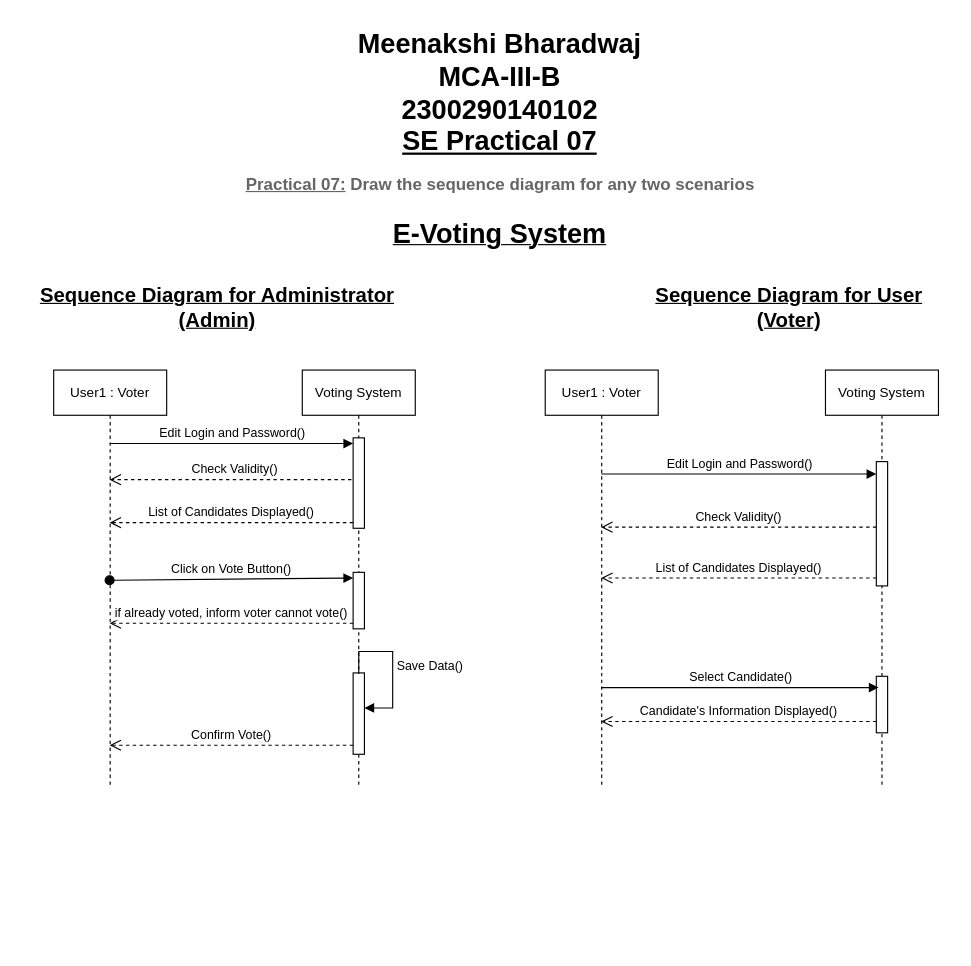
Earlier version of the draw.io diagram SE new1.drawio (mbtions/drawioDiagrams). Source tidied: cells renumbered, new cells numbered last; positions are measured from the earlier drawing's top-left corner, leaving out a move shared by most shapes. Both pictures are drawn from the tidied source at 113%, with x=0, y=0 at pixel (19, 19).
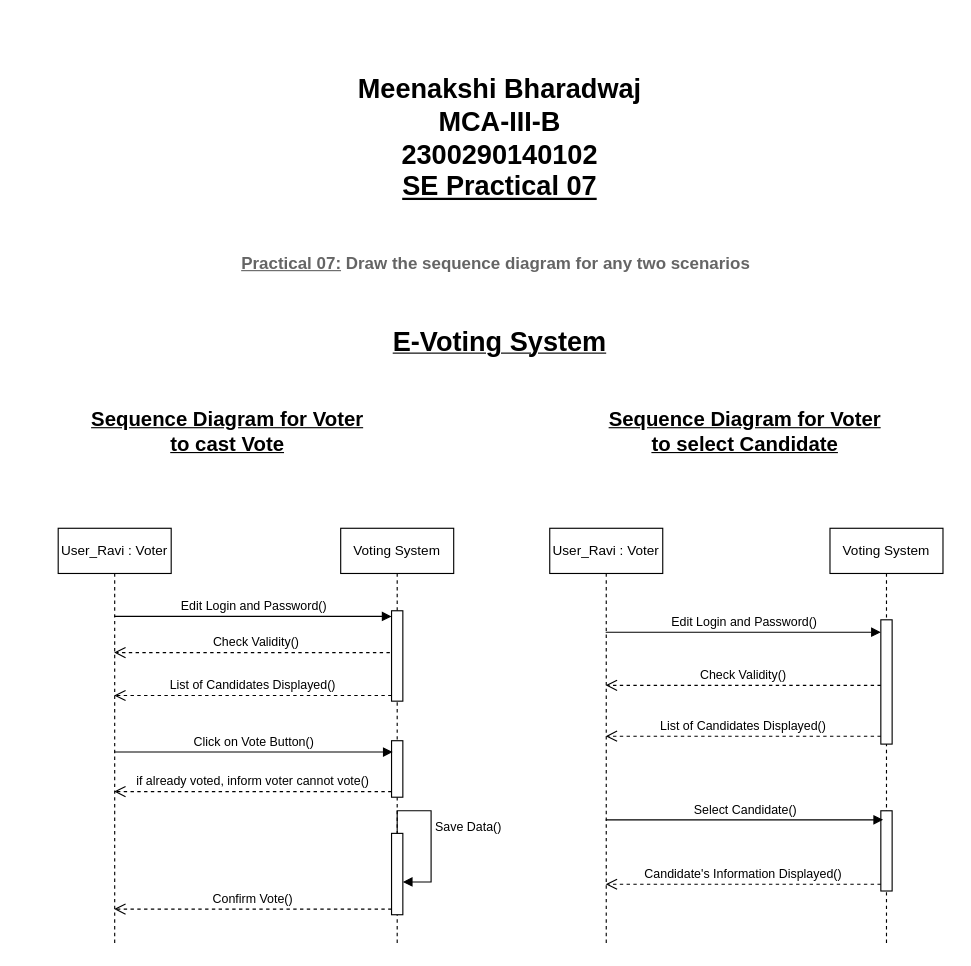
Above is the later version.

The edit, as a diff of the source:
```diff
@@
     <mxCell id="2" value="&lt;b&gt;&lt;u&gt;&lt;font style=&quot;font-size: 24px;&quot;&gt;E-Voting System&lt;/font&gt;&lt;/u&gt;&lt;/b&gt;" style="text;html=1;align=center;verticalAlign=middle;whiteSpace=wrap;rounded=0;" parent="1" vertex="1">
-      <mxGeometry x="285" y="164" width="280" height="51" as="geometry" />
+      <mxGeometry x="285" y="260" width="280" height="51" as="geometry" />
     </mxCell>
     <mxCell id="3" value="&lt;font style=&quot;font-size: 24px;&quot;&gt;&lt;b&gt;Meenakshi Bharadwaj&lt;/b&gt;&lt;/font&gt;&lt;div&gt;&lt;font style=&quot;font-size: 24px;&quot;&gt;&lt;b&gt;MCA-III-B&lt;/b&gt;&lt;/font&gt;&lt;/div&gt;&lt;div&gt;&lt;font style=&quot;font-size: 24px;&quot;&gt;&lt;b&gt;2300290140102&lt;/b&gt;&lt;/font&gt;&lt;/div&gt;&lt;div&gt;&lt;font style=&quot;font-size: 24px;&quot;&gt;&lt;b&gt;&lt;u&gt;SE Practical 07&lt;/u&gt;&lt;/b&gt;&lt;/font&gt;&lt;/div&gt;" style="text;html=1;align=center;verticalAlign=middle;whiteSpace=wrap;rounded=0;" parent="1" vertex="1">
-      <mxGeometry x="25" width="800" height="130" as="geometry" />
+      <mxGeometry x="25" y="40" width="800" height="130" as="geometry" />
     </mxCell>
     <mxCell id="4" value="&lt;span style=&quot;color: rgb(101, 101, 101); font-family: &amp;quot;Century Gothic&amp;quot;, Arial, Helvetica, sans-serif; font-size: 15px; font-style: normal; font-variant-ligatures: normal; font-variant-caps: normal; letter-spacing: normal; orphans: 2; text-indent: 0px; text-transform: none; widows: 2; word-spacing: 0px; -webkit-text-stroke-width: 0px; white-space: normal; background-color: rgb(255, 255, 255); text-decoration-thickness: initial; text-decoration-style: initial; text-decoration-color: initial; float: none; display: inline !important;&quot;&gt;&lt;u&gt;Practical 07:&lt;/u&gt; Draw the sequence diagram for any two scenarios&lt;/span&gt;" style="text;whiteSpace=wrap;html=1;align=center;fontStyle=1;" parent="1" vertex="1">
-      <mxGeometry x="138" y="130" width="575" height="40" as="geometry" />
+      <mxGeometry x="134" y="200" width="575" height="40" as="geometry" />
     </mxCell>
-    <mxCell id="5" value="&lt;font style=&quot;font-size: 18px;&quot;&gt;&lt;b&gt;&lt;u&gt;Sequence Diagram for Administrator&lt;/u&gt;&lt;/b&gt;&lt;/font&gt;&lt;div&gt;&lt;font style=&quot;font-size: 18px;&quot;&gt;&lt;b&gt;&lt;u&gt;(Admin)&lt;/u&gt;&lt;/b&gt;&lt;/font&gt;&lt;/div&gt;" style="text;html=1;align=center;verticalAlign=middle;whiteSpace=wrap;rounded=0;" parent="1" vertex="1">
-      <mxGeometry y="240" width="350" height="30" as="geometry" />
+    <mxCell id="5" value="&lt;font style=&quot;font-size: 18px;&quot;&gt;&lt;b&gt;&lt;u&gt;Sequence Diagram for Voter to cast Vote&lt;/u&gt;&lt;/b&gt;&lt;/font&gt;" style="text;html=1;align=center;verticalAlign=middle;whiteSpace=wrap;rounded=0;" parent="1" vertex="1">
+      <mxGeometry x="54" y="350" width="260" height="30" as="geometry" />
     </mxCell>
-    <mxCell id="6" value="&lt;font style=&quot;font-size: 18px;&quot;&gt;&lt;b&gt;&lt;u&gt;Sequence Diagram for User (Voter)&lt;/u&gt;&lt;/b&gt;&lt;/font&gt;" style="text;html=1;align=center;verticalAlign=middle;whiteSpace=wrap;rounded=0;" parent="1" vertex="1">
-      <mxGeometry x="549" y="240" width="264" height="30" as="geometry" />
+    <mxCell id="6" value="&lt;font style=&quot;font-size: 18px;&quot;&gt;&lt;b&gt;&lt;u&gt;Sequence Diagram for Voter to select Candidate&lt;/u&gt;&lt;/b&gt;&lt;/font&gt;" style="text;html=1;align=center;verticalAlign=middle;whiteSpace=wrap;rounded=0;" parent="1" vertex="1">
+      <mxGeometry x="510" y="350" width="264" height="30" as="geometry" />
     </mxCell>
-    <mxCell id="7" value="Edit Login and Password()" style="html=1;verticalAlign=bottom;endArrow=block;curved=0;rounded=0;entryX=0;entryY=0;entryDx=0;entryDy=5;" parent="1" edge="1" source="9" target="12">
-      <mxGeometry relative="1" as="geometry" />
+    <mxCell id="7" value="Edit Login and Password()" style="html=1;verticalAlign=bottom;endArrow=block;curved=0;rounded=0;entryX=0;entryY=0;entryDx=0;entryDy=5;" parent="1" edge="1" target="12">
+      <mxGeometry relative="1" as="geometry">
+        <mxPoint x="83.5" y="528" as="sourcePoint" />
+      </mxGeometry>
     </mxCell>
-    <mxCell id="8" value="Check Validity()" style="html=1;verticalAlign=bottom;endArrow=open;dashed=1;endSize=8;curved=0;rounded=0;" parent="1" edge="1" source="10">
+    <mxCell id="8" value="Check Validity()" style="html=1;verticalAlign=bottom;endArrow=open;dashed=1;endSize=8;curved=0;rounded=0;" parent="1" edge="1">
       <mxGeometry relative="1" as="geometry">
-        <mxPoint x="79.5" y="407" as="targetPoint" />
+        <mxPoint x="333.5" y="560" as="sourcePoint" />
+        <mxPoint x="83.5" y="560" as="targetPoint" />
         <Array as="points">
-          <mxPoint x="170" y="407" />
+          <mxPoint x="174" y="560" />
         </Array>
       </mxGeometry>
     </mxCell>
-    <mxCell id="9" value="User1 : Voter" style="shape=umlLifeline;perimeter=lifelinePerimeter;whiteSpace=wrap;html=1;outlineConnect=0;portConstraint=eastwest;newEdgeStyle={&quot;curved&quot;:0,&quot;rounded&quot;:0};" parent="1" vertex="1">
-      <mxGeometry x="30" y="310" width="100" height="370" as="geometry" />
+    <mxCell id="9" value="User_Ravi : Voter" style="shape=umlLifeline;perimeter=lifelinePerimeter;whiteSpace=wrap;html=1;outlineConnect=0;portConstraint=eastwest;newEdgeStyle={&quot;curved&quot;:0,&quot;rounded&quot;:0};" parent="1" vertex="1">
+      <mxGeometry x="34" y="450" width="100" height="370" as="geometry" />
     </mxCell>
     <mxCell id="10" value="Voting System" style="shape=umlLifeline;perimeter=lifelinePerimeter;whiteSpace=wrap;html=1;outlineConnect=0;portConstraint=eastwest;newEdgeStyle={&quot;curved&quot;:0,&quot;rounded&quot;:0};" parent="1" vertex="1">
-      <mxGeometry x="250" y="310" width="100" height="370" as="geometry" />
+      <mxGeometry x="284" y="450" width="100" height="370" as="geometry" />
     </mxCell>
     <mxCell id="11" style="html=1;points=[[0,0,0,0,5],[0,1,0,0,-5],[1,0,0,0,5],[1,1,0,0,-5]];perimeter=orthogonalPerimeter;outlineConnect=0;targetShapes=umlLifeline;portConstraint=eastwest;newEdgeStyle={&quot;curved&quot;:0,&quot;rounded&quot;:0};" parent="10" vertex="1">
-      <mxGeometry x="45" y="179" width="10" height="50" as="geometry" />
+      <mxGeometry x="45" y="188" width="10" height="50" as="geometry" />
     </mxCell>
     <mxCell id="12" style="html=1;points=[[0,0,0,0,5],[0,1,0,0,-5],[1,0,0,0,5],[1,1,0,0,-5]];perimeter=orthogonalPerimeter;outlineConnect=0;targetShapes=umlLifeline;portConstraint=eastwest;newEdgeStyle={&quot;curved&quot;:0,&quot;rounded&quot;:0};" parent="10" vertex="1">
-      <mxGeometry x="45" y="60" width="10" height="80" as="geometry" />
+      <mxGeometry x="45" y="73" width="10" height="80" as="geometry" />
     </mxCell>
-    <mxCell id="13" style="html=1;perimeter=orthogonalPerimeter;targetShapes=umlLifeline;newEdgeStyle={&quot;curved&quot;:0,&quot;rounded&quot;:0};" parent="10" vertex="1">
-      <mxGeometry x="45" y="268" width="10" height="72" as="geometry" />
-    </mxCell>
-    <mxCell id="14" value="Save Data()" style="html=1;align=left;spacingLeft=2;endArrow=block;rounded=0;edgeStyle=orthogonalEdgeStyle;curved=0;rounded=0;" parent="10" edge="1">
+    <mxCell id="14" value="Save Data()" style="html=1;align=left;spacingLeft=2;endArrow=block;rounded=0;edgeStyle=orthogonalEdgeStyle;curved=0;rounded=0;exitX=0;exitY=0;exitDx=0;exitDy=5;exitPerimeter=0;" parent="10" edge="1" source="28">
       <mxGeometry relative="1" as="geometry">
-        <mxPoint x="50" y="269" as="sourcePoint" />
-        <mxPoint x="55" y="299" as="targetPoint" />
+        <mxPoint x="55" y="313" as="targetPoint" />
         <Array as="points">
-          <mxPoint x="50" y="249" />
-          <mxPoint x="80" y="249" />
-          <mxPoint x="80" y="299" />
+          <mxPoint x="50" y="275" />
+          <mxPoint x="50" y="250" />
+          <mxPoint x="80" y="250" />
+          <mxPoint x="80" y="313" />
         </Array>
       </mxGeometry>
     </mxCell>
+    <mxCell id="28" style="html=1;points=[[0,0,0,0,5],[0,1,0,0,-5],[1,0,0,0,5],[1,1,0,0,-5]];perimeter=orthogonalPerimeter;outlineConnect=0;targetShapes=umlLifeline;portConstraint=eastwest;newEdgeStyle={&quot;curved&quot;:0,&quot;rounded&quot;:0};" parent="10" vertex="1">
+      <mxGeometry x="45" y="270" width="10" height="72" as="geometry" />
+    </mxCell>
     <mxCell id="15" value="Edit Login and Password()" style="html=1;verticalAlign=bottom;endArrow=block;curved=0;rounded=0;entryX=0;entryY=0;entryDx=0;entryDy=5;" parent="1" edge="1">
       <mxGeometry relative="1" as="geometry">
-        <mxPoint x="514.5" y="402" as="sourcePoint" />
-        <mxPoint x="758" y="402" as="targetPoint" />
+        <mxPoint x="518.5" y="542" as="sourcePoint" />
+        <mxPoint x="762" y="542" as="targetPoint" />
       </mxGeometry>
     </mxCell>
-    <mxCell id="16" value="User1 : Voter" style="shape=umlLifeline;perimeter=lifelinePerimeter;whiteSpace=wrap;html=1;newEdgeStyle={&quot;curved&quot;:0,&quot;rounded&quot;:0};" parent="1" vertex="1">
-      <mxGeometry x="465" y="310" width="100" height="370" as="geometry" />
+    <mxCell id="16" value="User_Ravi&amp;nbsp;: Voter" style="shape=umlLifeline;perimeter=lifelinePerimeter;whiteSpace=wrap;html=1;newEdgeStyle={&quot;curved&quot;:0,&quot;rounded&quot;:0};" parent="1" vertex="1">
+      <mxGeometry x="469" y="450" width="100" height="370" as="geometry" />
     </mxCell>
     <mxCell id="17" value="Voting System" style="shape=umlLifeline;perimeter=lifelinePerimeter;whiteSpace=wrap;html=1;newEdgeStyle={&quot;curved&quot;:0,&quot;rounded&quot;:0};" parent="1" vertex="1">
-      <mxGeometry x="713" y="310" width="100" height="370" as="geometry" />
+      <mxGeometry x="717" y="450" width="100" height="370" as="geometry" />
     </mxCell>
@@
     <mxCell id="19" style="html=1;points=[[0,0,0,0,5],[0,1,0,0,-5],[1,0,0,0,5],[1,1,0,0,-5]];perimeter=orthogonalPerimeter;outlineConnect=0;targetShapes=umlLifeline;portConstraint=eastwest;newEdgeStyle={&quot;curved&quot;:0,&quot;rounded&quot;:0};" parent="17" vertex="1">
-      <mxGeometry x="45" y="271" width="10" height="50" as="geometry" />
+      <mxGeometry x="45" y="250" width="10" height="71" as="geometry" />
     </mxCell>
-    <mxCell id="20" value="List of Candidates Displayed()" style="html=1;verticalAlign=bottom;endArrow=open;dashed=1;endSize=8;curved=0;rounded=0;exitX=0;exitY=1;exitDx=0;exitDy=-5;exitPerimeter=0;" parent="1" edge="1" source="12" target="9">
-      <mxGeometry relative="1" as="geometry" />
+    <mxCell id="20" value="List of Candidates Displayed()" style="html=1;verticalAlign=bottom;endArrow=open;dashed=1;endSize=8;curved=0;rounded=0;exitX=0;exitY=1;exitDx=0;exitDy=-5;exitPerimeter=0;" parent="1" edge="1" source="12">
+      <mxGeometry relative="1" as="geometry">
+        <mxPoint x="83.5" y="598" as="targetPoint" />
+      </mxGeometry>
     </mxCell>
-    <mxCell id="21" value="Click on Vote Button()" style="html=1;verticalAlign=bottom;startArrow=oval;startFill=1;endArrow=block;startSize=8;curved=0;rounded=0;entryX=0;entryY=0;entryDx=0;entryDy=5;entryPerimeter=0;" parent="1" edge="1" target="11">
-      <mxGeometry relative="1" as="geometry">
-        <mxPoint x="79.5" y="496" as="sourcePoint" />
-      </mxGeometry>
-    </mxCell>
     <mxCell id="22" value="if already voted, inform voter cannot vote()" style="html=1;verticalAlign=bottom;endArrow=open;dashed=1;endSize=8;curved=0;rounded=0;exitX=0;exitY=1;exitDx=0;exitDy=-5;exitPerimeter=0;" parent="1" edge="1" source="11">
       <mxGeometry relative="1" as="geometry">
-        <mxPoint x="79.5" y="534" as="targetPoint" />
+        <mxPoint x="83.5" y="683" as="targetPoint" />
       </mxGeometry>
     </mxCell>
-    <mxCell id="23" value="Confirm Vote()" style="html=1;verticalAlign=bottom;endArrow=open;dashed=1;endSize=8;curved=0;rounded=0;" parent="1" edge="1">
-      <mxGeometry relative="1" as="geometry">
-        <mxPoint x="295" y="642" as="sourcePoint" />
-        <mxPoint x="79.5" y="642" as="targetPoint" />
-      </mxGeometry>
+    <mxCell id="23" value="Confirm Vote()" style="html=1;verticalAlign=bottom;endArrow=open;dashed=1;endSize=8;curved=0;rounded=0;exitX=0;exitY=1;exitDx=0;exitDy=-5;exitPerimeter=0;" parent="1" edge="1" source="28" target="9">
+      <mxGeometry relative="1" as="geometry" />
     </mxCell>
     <mxCell id="24" value="Check Validity()" style="html=1;verticalAlign=bottom;endArrow=open;dashed=1;endSize=8;curved=0;rounded=0;" parent="1" edge="1">
       <mxGeometry relative="1" as="geometry">
-        <mxPoint x="758" y="449" as="sourcePoint" />
-        <mxPoint x="514.5" y="449" as="targetPoint" />
+        <mxPoint x="762" y="589" as="sourcePoint" />
+        <mxPoint x="518.5" y="589" as="targetPoint" />
         <Array as="points">
-          <mxPoint x="610.5" y="449" />
+          <mxPoint x="614.5" y="589" />
         </Array>
       </mxGeometry>
     </mxCell>
     <mxCell id="25" value="List of Candidates Displayed()" style="html=1;verticalAlign=bottom;endArrow=open;dashed=1;endSize=8;curved=0;rounded=0;" parent="1" edge="1">
       <mxGeometry relative="1" as="geometry">
-        <mxPoint x="758" y="494" as="sourcePoint" />
-        <mxPoint x="514.5" y="494" as="targetPoint" />
+        <mxPoint x="762" y="634" as="sourcePoint" />
+        <mxPoint x="518.5" y="634" as="targetPoint" />
       </mxGeometry>
     </mxCell>
     <mxCell id="26" value="Select Candidate()" style="html=1;verticalAlign=bottom;endArrow=block;curved=0;rounded=0;" parent="1" edge="1">
       <mxGeometry relative="1" as="geometry">
-        <mxPoint x="514.5" y="591" as="sourcePoint" />
-        <mxPoint x="760" y="591" as="targetPoint" />
+        <mxPoint x="518.5" y="708" as="sourcePoint" />
+        <mxPoint x="764" y="708" as="targetPoint" />
       </mxGeometry>
     </mxCell>
-    <mxCell id="27" value="Candidate's Information Displayed()" style="html=1;verticalAlign=bottom;endArrow=open;dashed=1;endSize=8;curved=0;rounded=0;" parent="1" edge="1" source="19">
+    <mxCell id="27" value="Candidate's Information Displayed()" style="html=1;verticalAlign=bottom;endArrow=open;dashed=1;endSize=8;curved=0;rounded=0;" parent="1" edge="1">
       <mxGeometry relative="1" as="geometry">
-        <mxPoint x="514.5" y="621" as="targetPoint" />
+        <mxPoint x="762" y="765" as="sourcePoint" />
+        <mxPoint x="518.5" y="765" as="targetPoint" />
         <Array as="points">
-          <mxPoint x="620.2" y="621" />
+          <mxPoint x="624.2" y="765" />
         </Array>
       </mxGeometry>
     </mxCell>
+    <mxCell id="21" value="Click on Vote Button()" style="html=1;verticalAlign=bottom;endArrow=block;curved=0;rounded=0;" parent="1" edge="1">
+      <mxGeometry relative="1" as="geometry">
+        <mxPoint x="83.5" y="648" as="sourcePoint" />
+        <mxPoint x="330" y="648" as="targetPoint" />
+      </mxGeometry>
+    </mxCell>
```
